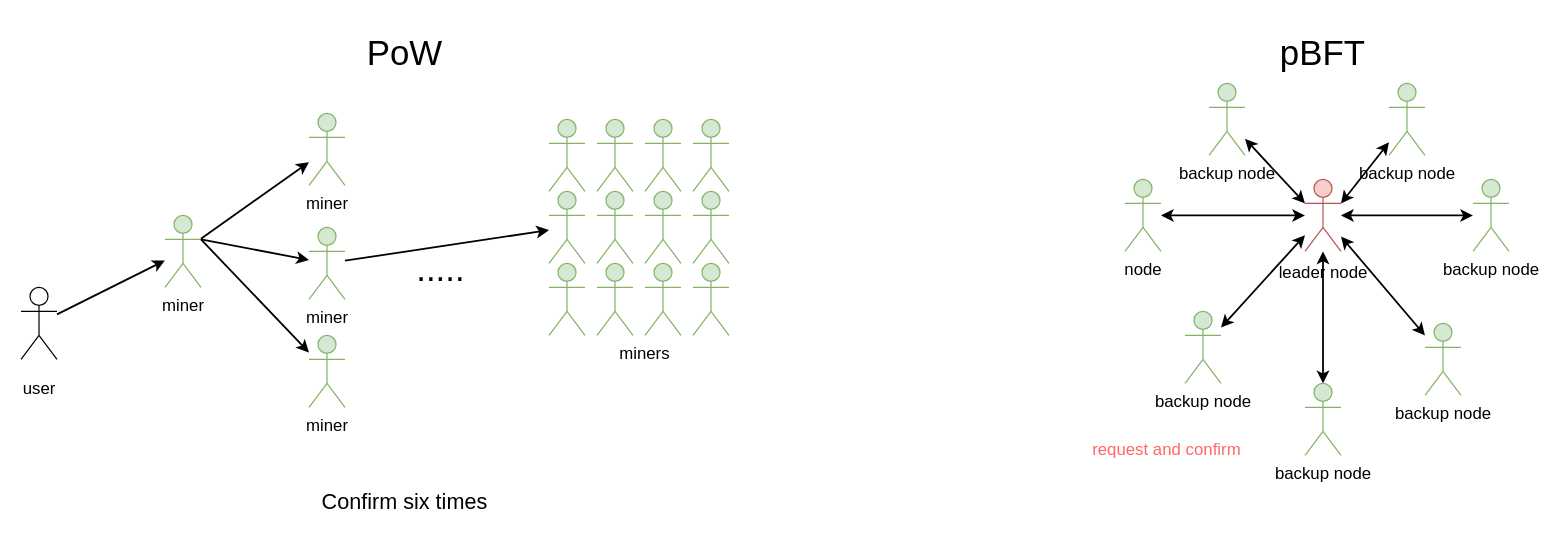
Before: ethereum-research/consensus/consensus itself/PoW vs pBFT.drawio in 0xyicheng/a-research-diagram, a draw.io diagram. Source tidied: cells renumbered, new cells numbered last; positions are measured from the earlier drawing's top-left corner, leaving out a move shared by most shapes. Both pictures are drawn from the tidied source at 120%, with x=0, y=0 at pixel (20, 35).
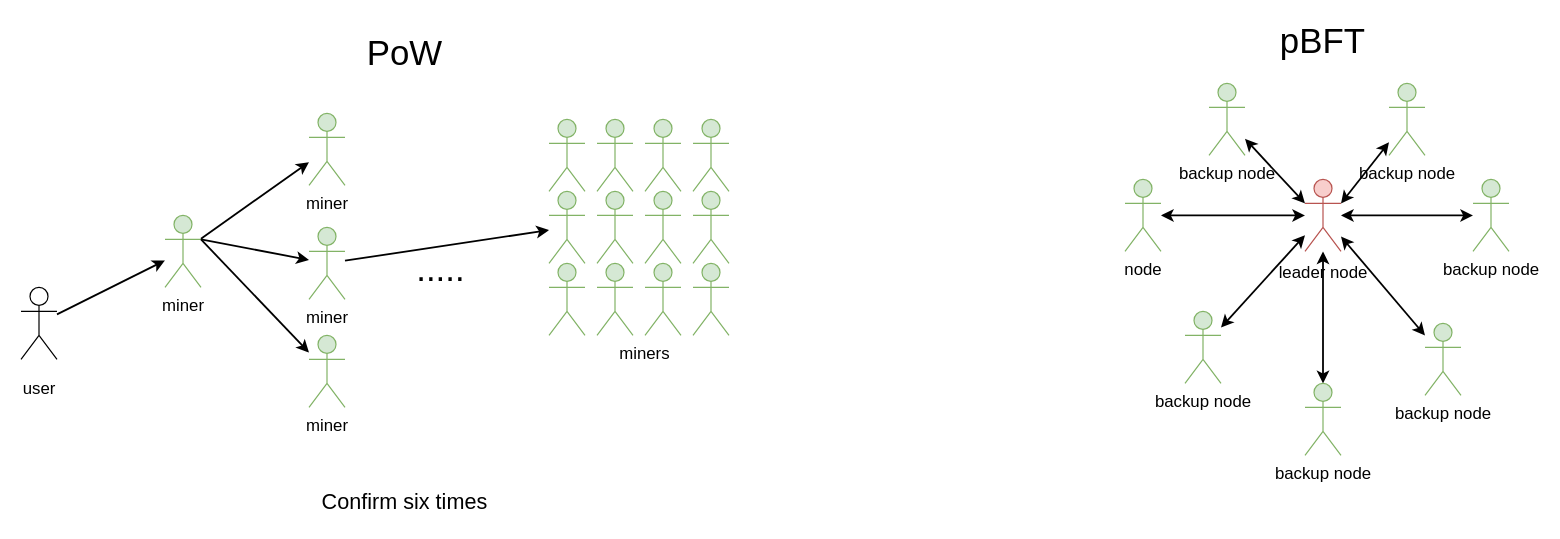
After the change.

Change to the diagram source:
```diff
@@
     <mxCell id="27" value="pBFT" style="text;html=1;strokeColor=none;fillColor=none;align=center;verticalAlign=middle;whiteSpace=wrap;rounded=0;fontSize=29;" parent="1" vertex="1">
-      <mxGeometry x="1055" width="60" height="30" as="geometry" />
+      <mxGeometry x="1055" y="-10" width="60" height="30" as="geometry" />
     </mxCell>
@@
-    <mxCell id="44" value="&lt;font color=&quot;#ff6666&quot;&gt;request and confirm&lt;/font&gt;" style="text;html=1;strokeColor=none;fillColor=none;align=center;verticalAlign=middle;whiteSpace=wrap;rounded=0;fontSize=14;" parent="1" vertex="1">
-      <mxGeometry x="890" y="340" width="130" height="10" as="geometry" />
-    </mxCell>
```
